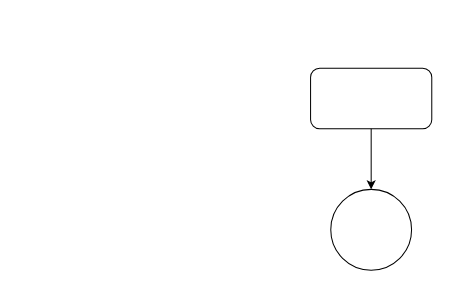
This is Untitled Diagram.drawio from svrishali/drawio, a draw.io file, before an edit. Source tidied: cells renumbered, new cells numbered last; positions are measured from the earlier drawing's top-left corner, leaving out a move shared by most shapes. Both pictures are drawn from the tidied source at 101%, with x=0, y=0 at pixel (310, 68).
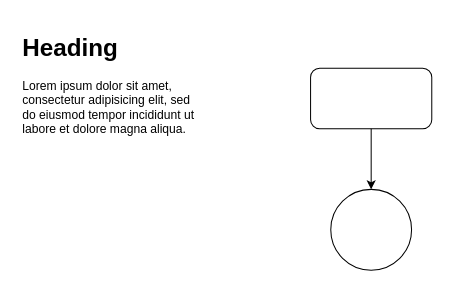
Above is the later version.

What changed in the source:
```diff
@@
 <mxGraphModel>
   <root>
     <mxCell id="0" />
     <mxCell id="1" parent="0" />
     <mxCell id="2" style="ellipse;whiteSpace=wrap;html=1;" parent="1" vertex="1">
       <mxGeometry x="20" y="120" width="80" height="80" as="geometry" />
     </mxCell>
     <mxCell id="3" style="rounded=1;whiteSpace=wrap;html=1;" parent="1" vertex="1">
       <mxGeometry width="120" height="60" as="geometry" />
     </mxCell>
     <mxCell id="4" style="endArrow=classic;html=1;rounded=0;exitX=0.5;exitY=1;exitDx=0;exitDy=0;entryX=0.5;entryY=0;entryDx=0;entryDy=0;" parent="1" edge="1" source="3" target="2">
       <mxGeometry relative="1" as="geometry" />
     </mxCell>
+    <mxCell id="5" value="&lt;h1&gt;Heading&lt;/h1&gt;&lt;p&gt;Lorem ipsum dolor sit amet, consectetur adipisicing elit, sed do eiusmod tempor incididunt ut labore et dolore magna aliqua.&lt;/p&gt;" style="text;html=1;strokeColor=none;fillColor=none;spacing=5;spacingTop=-20;whiteSpace=wrap;overflow=hidden;rounded=0;" parent="1" vertex="1">
+      <mxGeometry x="-290" y="-40" width="190" height="120" as="geometry" />
+    </mxCell>
   </root>
 </mxGraphModel>
```
